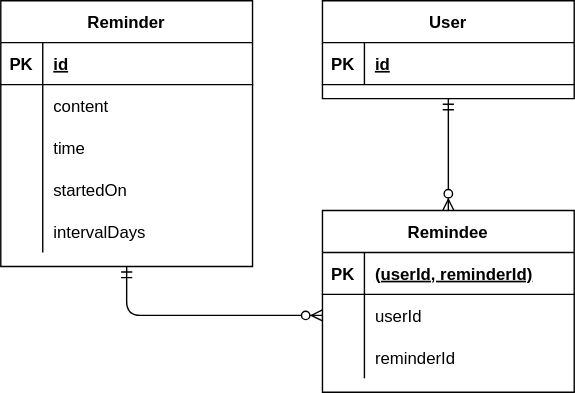
Above: 31/answer.drawio.svg in tomoya3178/praha-challenge (draw.io), before the change. Source tidied: cells renumbered, new cells last; positions are measured from the earlier drawing's top-left corner, leaving out a move shared by most shapes.
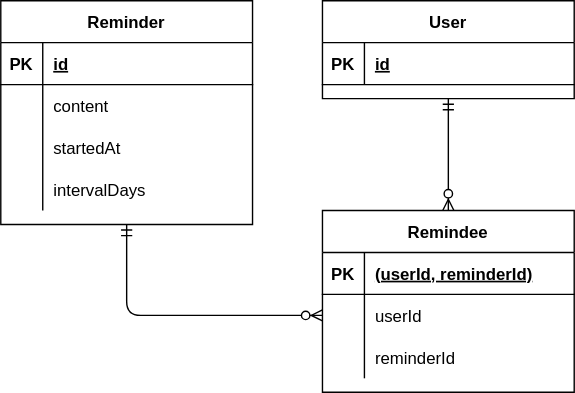
After the commit.

Change to the diagram source:
```diff
@@ -15,7 +15,7 @@
       <mxGeometry x="30" width="150" height="30" as="geometry" />
     </mxCell>
     <mxCell id="6" value="Reminder" style="shape=table;startSize=30;rowLines=0;fontStyle=1;align=center;" parent="1" vertex="1">
-      <mxGeometry width="180" height="190" as="geometry" />
+      <mxGeometry width="180" height="160" as="geometry" />
     </mxCell>
     <mxCell id="7" style="shape=partialRectangle;fillColor=none;top=0;left=0;bottom=1;right=0;" parent="6" vertex="1">
       <mxGeometry y="30" width="180" height="30" as="geometry" />
@@ -41,20 +41,11 @@
     <mxCell id="14" style="shape=partialRectangle;fillColor=none;top=0;left=0;bottom=0;right=0;overflow=hidden;" parent="13" vertex="1">
       <mxGeometry width="30" height="30" as="geometry" />
     </mxCell>
-    <mxCell id="15" value="time" style="shape=partialRectangle;fillColor=none;top=0;left=0;bottom=0;right=0;align=left;spacingLeft=6;overflow=hidden;" parent="13" vertex="1">
+    <mxCell id="15" value="startedAt" style="shape=partialRectangle;fillColor=none;top=0;left=0;bottom=0;right=0;align=left;spacingLeft=6;overflow=hidden;" parent="13" vertex="1">
       <mxGeometry x="30" width="150" height="30" as="geometry" />
     </mxCell>
-    <mxCell id="16" style="shape=partialRectangle;fillColor=none;top=0;left=0;bottom=0;right=0;" parent="6" vertex="1">
-      <mxGeometry y="120" width="180" height="30" as="geometry" />
-    </mxCell>
-    <mxCell id="17" style="shape=partialRectangle;fillColor=none;top=0;left=0;bottom=0;right=0;overflow=hidden;" parent="16" vertex="1">
-      <mxGeometry width="30" height="30" as="geometry" />
-    </mxCell>
-    <mxCell id="18" value="startedOn" style="shape=partialRectangle;fillColor=none;top=0;left=0;bottom=0;right=0;align=left;spacingLeft=6;overflow=hidden;" parent="16" vertex="1">
-      <mxGeometry x="30" width="150" height="30" as="geometry" />
-    </mxCell>
     <mxCell id="19" style="shape=partialRectangle;fillColor=none;top=0;left=0;bottom=0;right=0;" parent="6" vertex="1">
-      <mxGeometry y="150" width="180" height="30" as="geometry" />
+      <mxGeometry y="120" width="180" height="30" as="geometry" />
     </mxCell>
     <mxCell id="20" style="shape=partialRectangle;fillColor=none;top=0;left=0;bottom=0;right=0;overflow=hidden;" parent="19" vertex="1">
       <mxGeometry width="30" height="30" as="geometry" />
```
